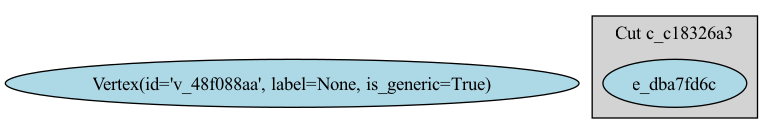
Above: visual_output/sowa_phoenix.png in mijahauan/Arisbe (Graphviz), before the change. Its source is kept beside it as visual_output/sowa_phoenix.dot. The source it was exported from:
```dot
digraph EG {
  rankdir=TB;
  node [shape=ellipse, style=filled, fillcolor=lightblue];
  edge [color=darkblue];

  "Vertex(id='v_48f088aa', label=None, is_generic=True)" [label="Vertex(id='v_48f088aa', label=None, is_generic=True)"];
  subgraph cluster_0 {
    label="Cut c_c18326a3";
    style=filled;
    fillcolor=lightgray;
    "e_dba7fd6c";
  }
}
```
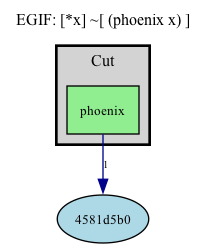
Above is the later version.

The edit, as a diff of the source:
```diff
@@ -1,13 +1,22 @@
 digraph EG {
   rankdir=TB;
-  node [shape=ellipse, style=filled, fillcolor=lightblue];
-  edge [color=darkblue];
+  compound=true;
+  node [fontsize=10];
 
-  "Vertex(id='v_48f088aa', label=None, is_generic=True)" [label="Vertex(id='v_48f088aa', label=None, is_generic=True)"];
-  subgraph cluster_0 {
-    label="Cut c_c18326a3";
+  label="EGIF: [*x] ~[ (phoenix x) ]";
+  labelloc="t";
+  fontsize=12;
+
+  "pred_e_af5b97f4" [label="phoenix", shape=box, style=filled, fillcolor=lightgreen];
+  "Vertex(id='v_4581d5b0', label=None, is_generic=True)" [label="4581d5b0", shape=ellipse, style=filled, fillcolor=lightblue];
+  subgraph cluster_0_0 {
+    label="Cut";
     style=filled;
     fillcolor=lightgray;
-    "e_dba7fd6c";
+    color=black;
+    penwidth=2;
+    "pred_e_af5b97f4";
   }
+
+  "pred_e_af5b97f4" -> "Vertex(id='v_4581d5b0', label=None, is_generic=True)" [label="1", color=darkblue, fontsize=8];
 }
```
